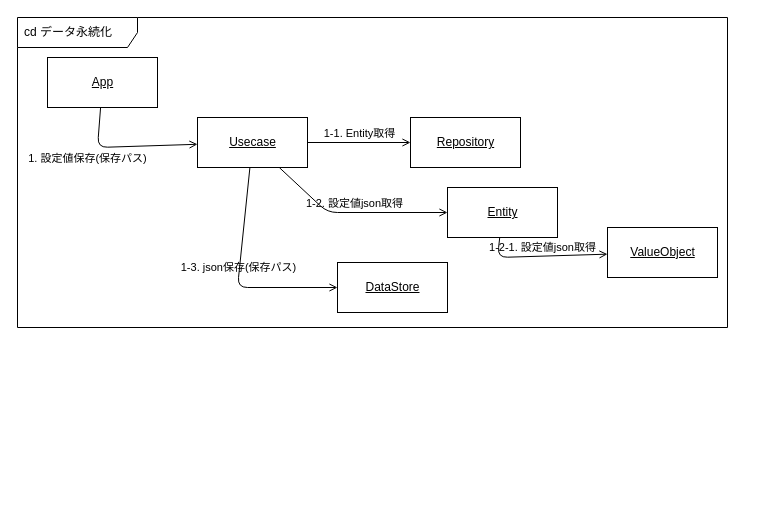
This is page "データ永続化" (1 of 2) of Designs/コミュニケーション/コミュニケーション図.drawio from bosssanovar/LightMvvmSample, a draw.io file, before an edit. Source tidied: cells renumbered, new cells numbered last; positions are measured from the earlier drawing's top-left corner, leaving out a move shared by most shapes. Both pictures are drawn from the tidied source at 100%, with x=0, y=0 at pixel (17, 17).
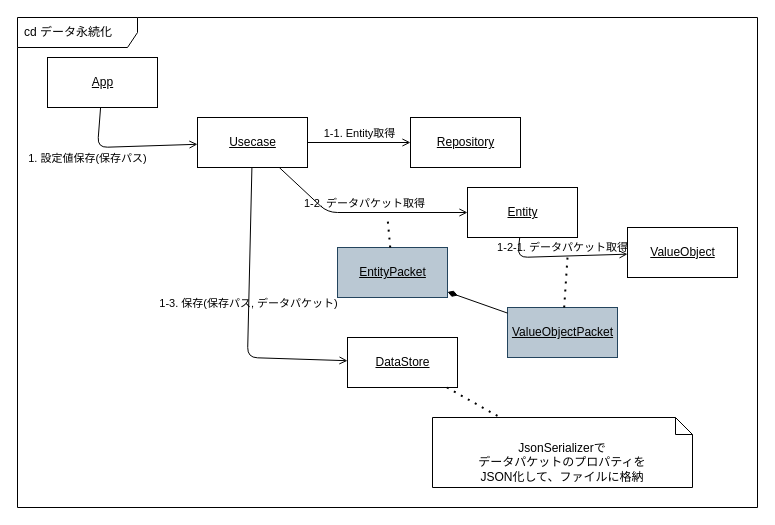
Above is the later version.

The change refers to these unchanged cells:
```xml
<mxCell id="3" value="Usecase" style="html=1;fontStyle=4;" parent="1" vertex="1">
  <mxGeometry x="180" y="100" width="110" height="50" as="geometry" />
</mxCell>
```

Change to the diagram source:
```diff
@@
     <mxCell id="2" value="cd データ永続化" style="shape=umlFrame;whiteSpace=wrap;html=1;width=120;height=30;boundedLbl=1;verticalAlign=middle;align=left;spacingLeft=5;swimlaneFillColor=default;" parent="1" vertex="1">
-      <mxGeometry width="710" height="310" as="geometry" />
+      <mxGeometry width="740" height="490" as="geometry" />
     </mxCell>
@@
     <mxCell id="4" value="DataStore" style="html=1;fontStyle=4;" parent="1" vertex="1">
-      <mxGeometry x="320" y="245" width="110" height="50" as="geometry" />
+      <mxGeometry x="330" y="320" width="110" height="50" as="geometry" />
     </mxCell>
@@
     <mxCell id="6" value="Entity" style="html=1;fontStyle=4;" parent="1" vertex="1">
-      <mxGeometry x="430" y="170" width="110" height="50" as="geometry" />
+      <mxGeometry x="450" y="170" width="110" height="50" as="geometry" />
     </mxCell>
     <mxCell id="7" value="ValueObject" style="html=1;fontStyle=4;" parent="1" vertex="1">
-      <mxGeometry x="590" y="210" width="110" height="50" as="geometry" />
+      <mxGeometry x="610" y="210" width="110" height="50" as="geometry" />
     </mxCell>
@@
-    <mxCell id="11" value="1-2. 設定値json取得" style="html=1;verticalAlign=bottom;labelBackgroundColor=none;endArrow=open;endFill=0;" parent="1" edge="1" source="3" target="6">
+    <mxCell id="11" value="1-2. データパケット取得" style="html=1;verticalAlign=bottom;labelBackgroundColor=none;endArrow=open;endFill=0;" parent="1" edge="1" source="3" target="6">
       <mxGeometry relative="1" as="geometry">
         <Array as="points">
           <mxPoint x="310" y="195" />
         </Array>
       </mxGeometry>
     </mxCell>
-    <mxCell id="12" value="1-2-1. 設定値json取得" style="html=1;verticalAlign=bottom;labelBackgroundColor=none;endArrow=open;endFill=0;" parent="1" edge="1" source="6" target="7">
+    <mxCell id="12" value="1-2-1. データパケット取得" style="html=1;verticalAlign=bottom;labelBackgroundColor=none;endArrow=open;endFill=0;" parent="1" edge="1" source="6" target="7">
       <mxGeometry relative="1" as="geometry">
         <Array as="points">
-          <mxPoint x="480" y="240" />
+          <mxPoint x="500" y="240" />
         </Array>
       </mxGeometry>
     </mxCell>
-    <mxCell id="13" value="1-3. json保存(保存パス)" style="html=1;verticalAlign=bottom;labelBackgroundColor=none;endArrow=open;endFill=0;" parent="1" edge="1" source="3" target="4">
+    <mxCell id="13" value="1-3. 保存(保存パス, データパケット)" style="html=1;verticalAlign=bottom;labelBackgroundColor=none;endArrow=open;endFill=0;" parent="1" edge="1" source="3" target="4">
       <mxGeometry relative="1" as="geometry">
         <Array as="points">
-          <mxPoint x="220" y="270" />
+          <mxPoint x="230" y="340" />
         </Array>
       </mxGeometry>
     </mxCell>
+    <mxCell id="14" value="EntityPacket" style="html=1;fontStyle=4;fillColor=#bac8d3;strokeColor=#23445d;" parent="1" vertex="1">
+      <mxGeometry x="320" y="230" width="110" height="50" as="geometry" />
+    </mxCell>
+    <mxCell id="15" value="ValueObjectPacket" style="html=1;fontStyle=4;fillColor=#bac8d3;strokeColor=#23445d;" parent="1" vertex="1">
+      <mxGeometry x="490" y="290" width="110" height="50" as="geometry" />
+    </mxCell>
+    <mxCell id="16" style="endArrow=none;dashed=1;html=1;dashPattern=1 3;strokeWidth=2;" parent="1" edge="1" source="14">
+      <mxGeometry relative="1" as="geometry">
+        <mxPoint x="370" y="200" as="targetPoint" />
+      </mxGeometry>
+    </mxCell>
+    <mxCell id="17" style="endArrow=none;dashed=1;html=1;dashPattern=1 3;strokeWidth=2;" parent="1" edge="1" source="15">
+      <mxGeometry relative="1" as="geometry">
+        <mxPoint x="550" y="240" as="targetPoint" />
+      </mxGeometry>
+    </mxCell>
+    <mxCell id="18" style="endArrow=none;startArrow=diamondThin;endFill=0;startFill=1;html=1;verticalAlign=bottom;labelBackgroundColor=none;strokeWidth=1;startSize=8;endSize=8;" parent="1" edge="1" source="14" target="15">
+      <mxGeometry relative="1" as="geometry" />
+    </mxCell>
+    <mxCell id="19" value="JsonSerializerで&lt;br&gt;データパケットのプロパティを&lt;br&gt;JSON化して、ファイルに格納" style="shape=note2;boundedLbl=1;whiteSpace=wrap;html=1;size=17;verticalAlign=top;align=center;" parent="1" vertex="1">
+      <mxGeometry x="415" y="400" width="260" height="70" as="geometry" />
+    </mxCell>
+    <mxCell id="20" style="endArrow=none;dashed=1;html=1;dashPattern=1 3;strokeWidth=2;" parent="1" edge="1" source="4" target="19">
+      <mxGeometry relative="1" as="geometry" />
+    </mxCell>
```
